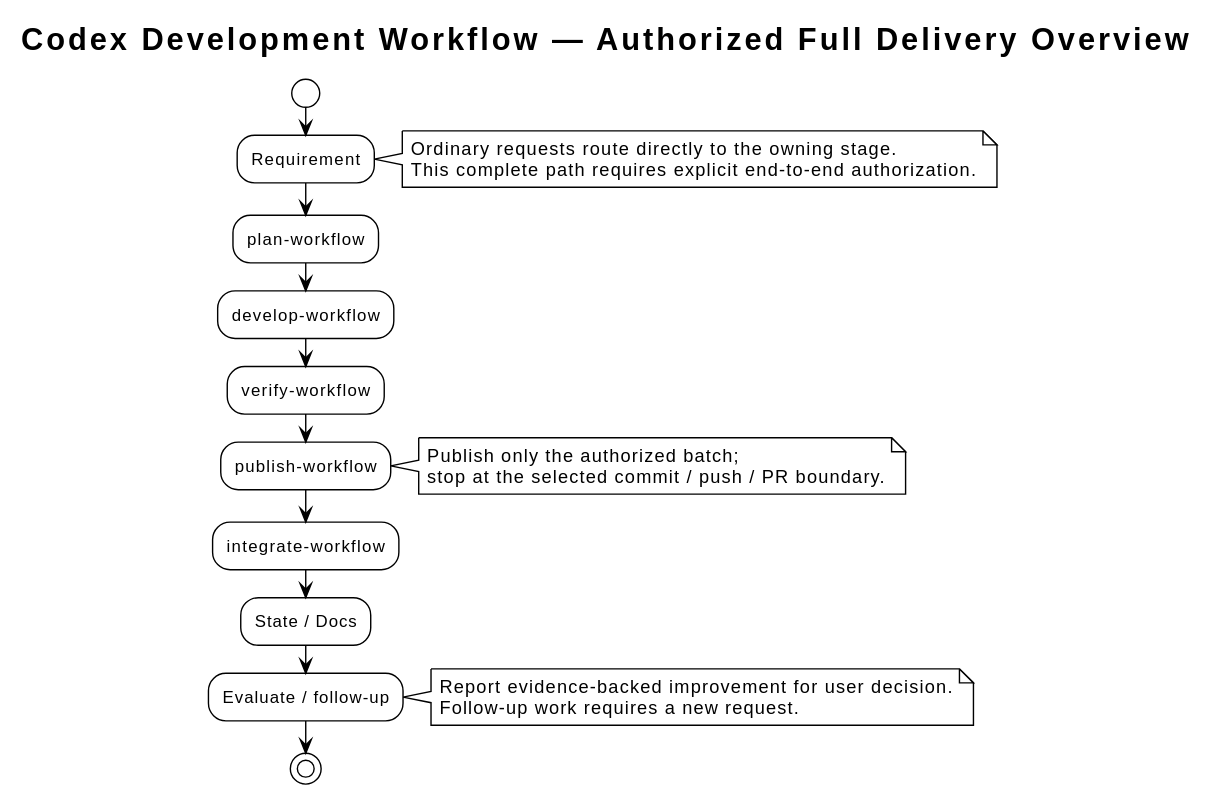
Earlier version of the PlantUML export docs/diagrams/workflow-overview.svg (i-zrhe2016/codex-development-workflow).
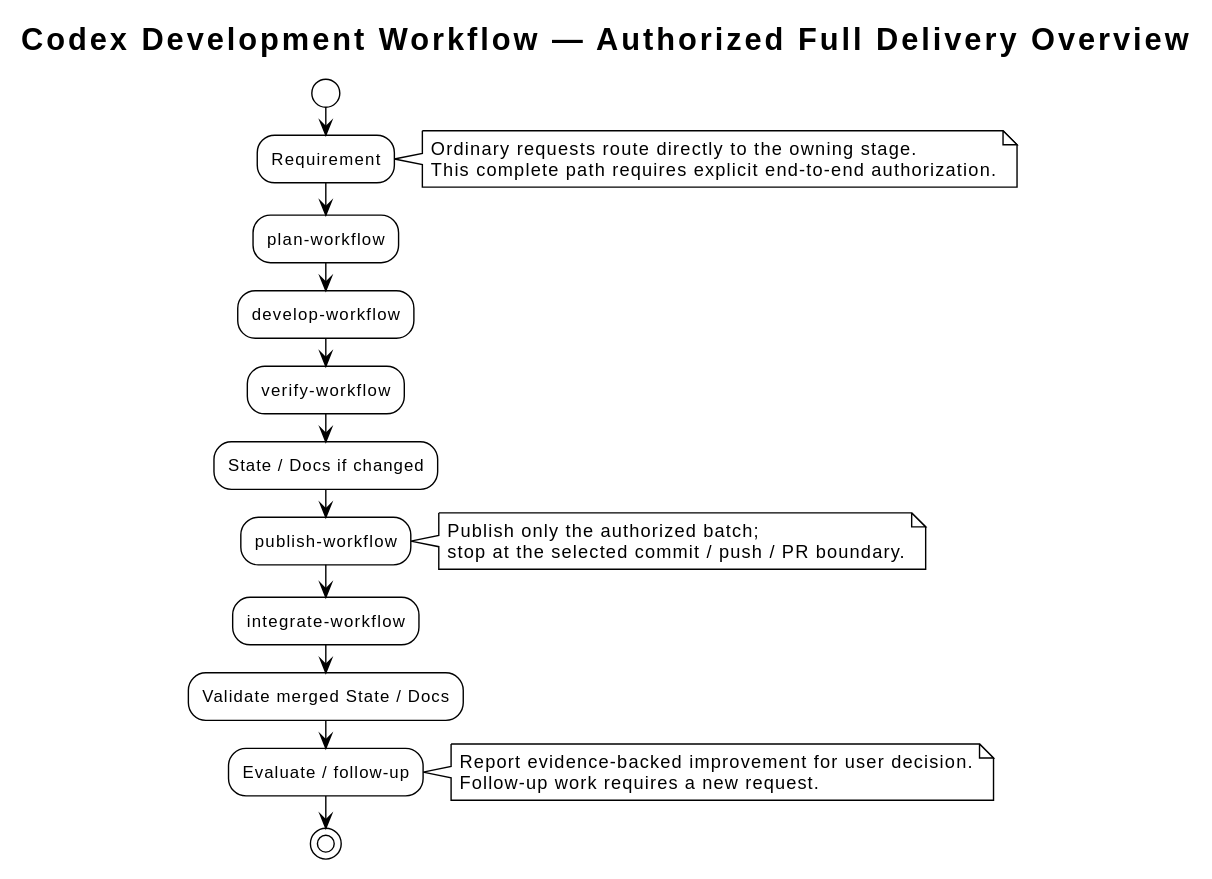
Above is the later version.

Diff of the diagram source:
```diff
@@ -14,13 +14,14 @@
 :plan-workflow;
 :develop-workflow;
 :verify-workflow;
+:State / Docs if changed;
 :publish-workflow;
 note right
   Publish only the authorized batch;
   stop at the selected commit / push / PR boundary.
 end note
 :integrate-workflow;
-:State / Docs;
+:Validate merged State / Docs;
 :Evaluate / follow-up;
 note right
   Report evidence-backed improvement for user decision.
```
